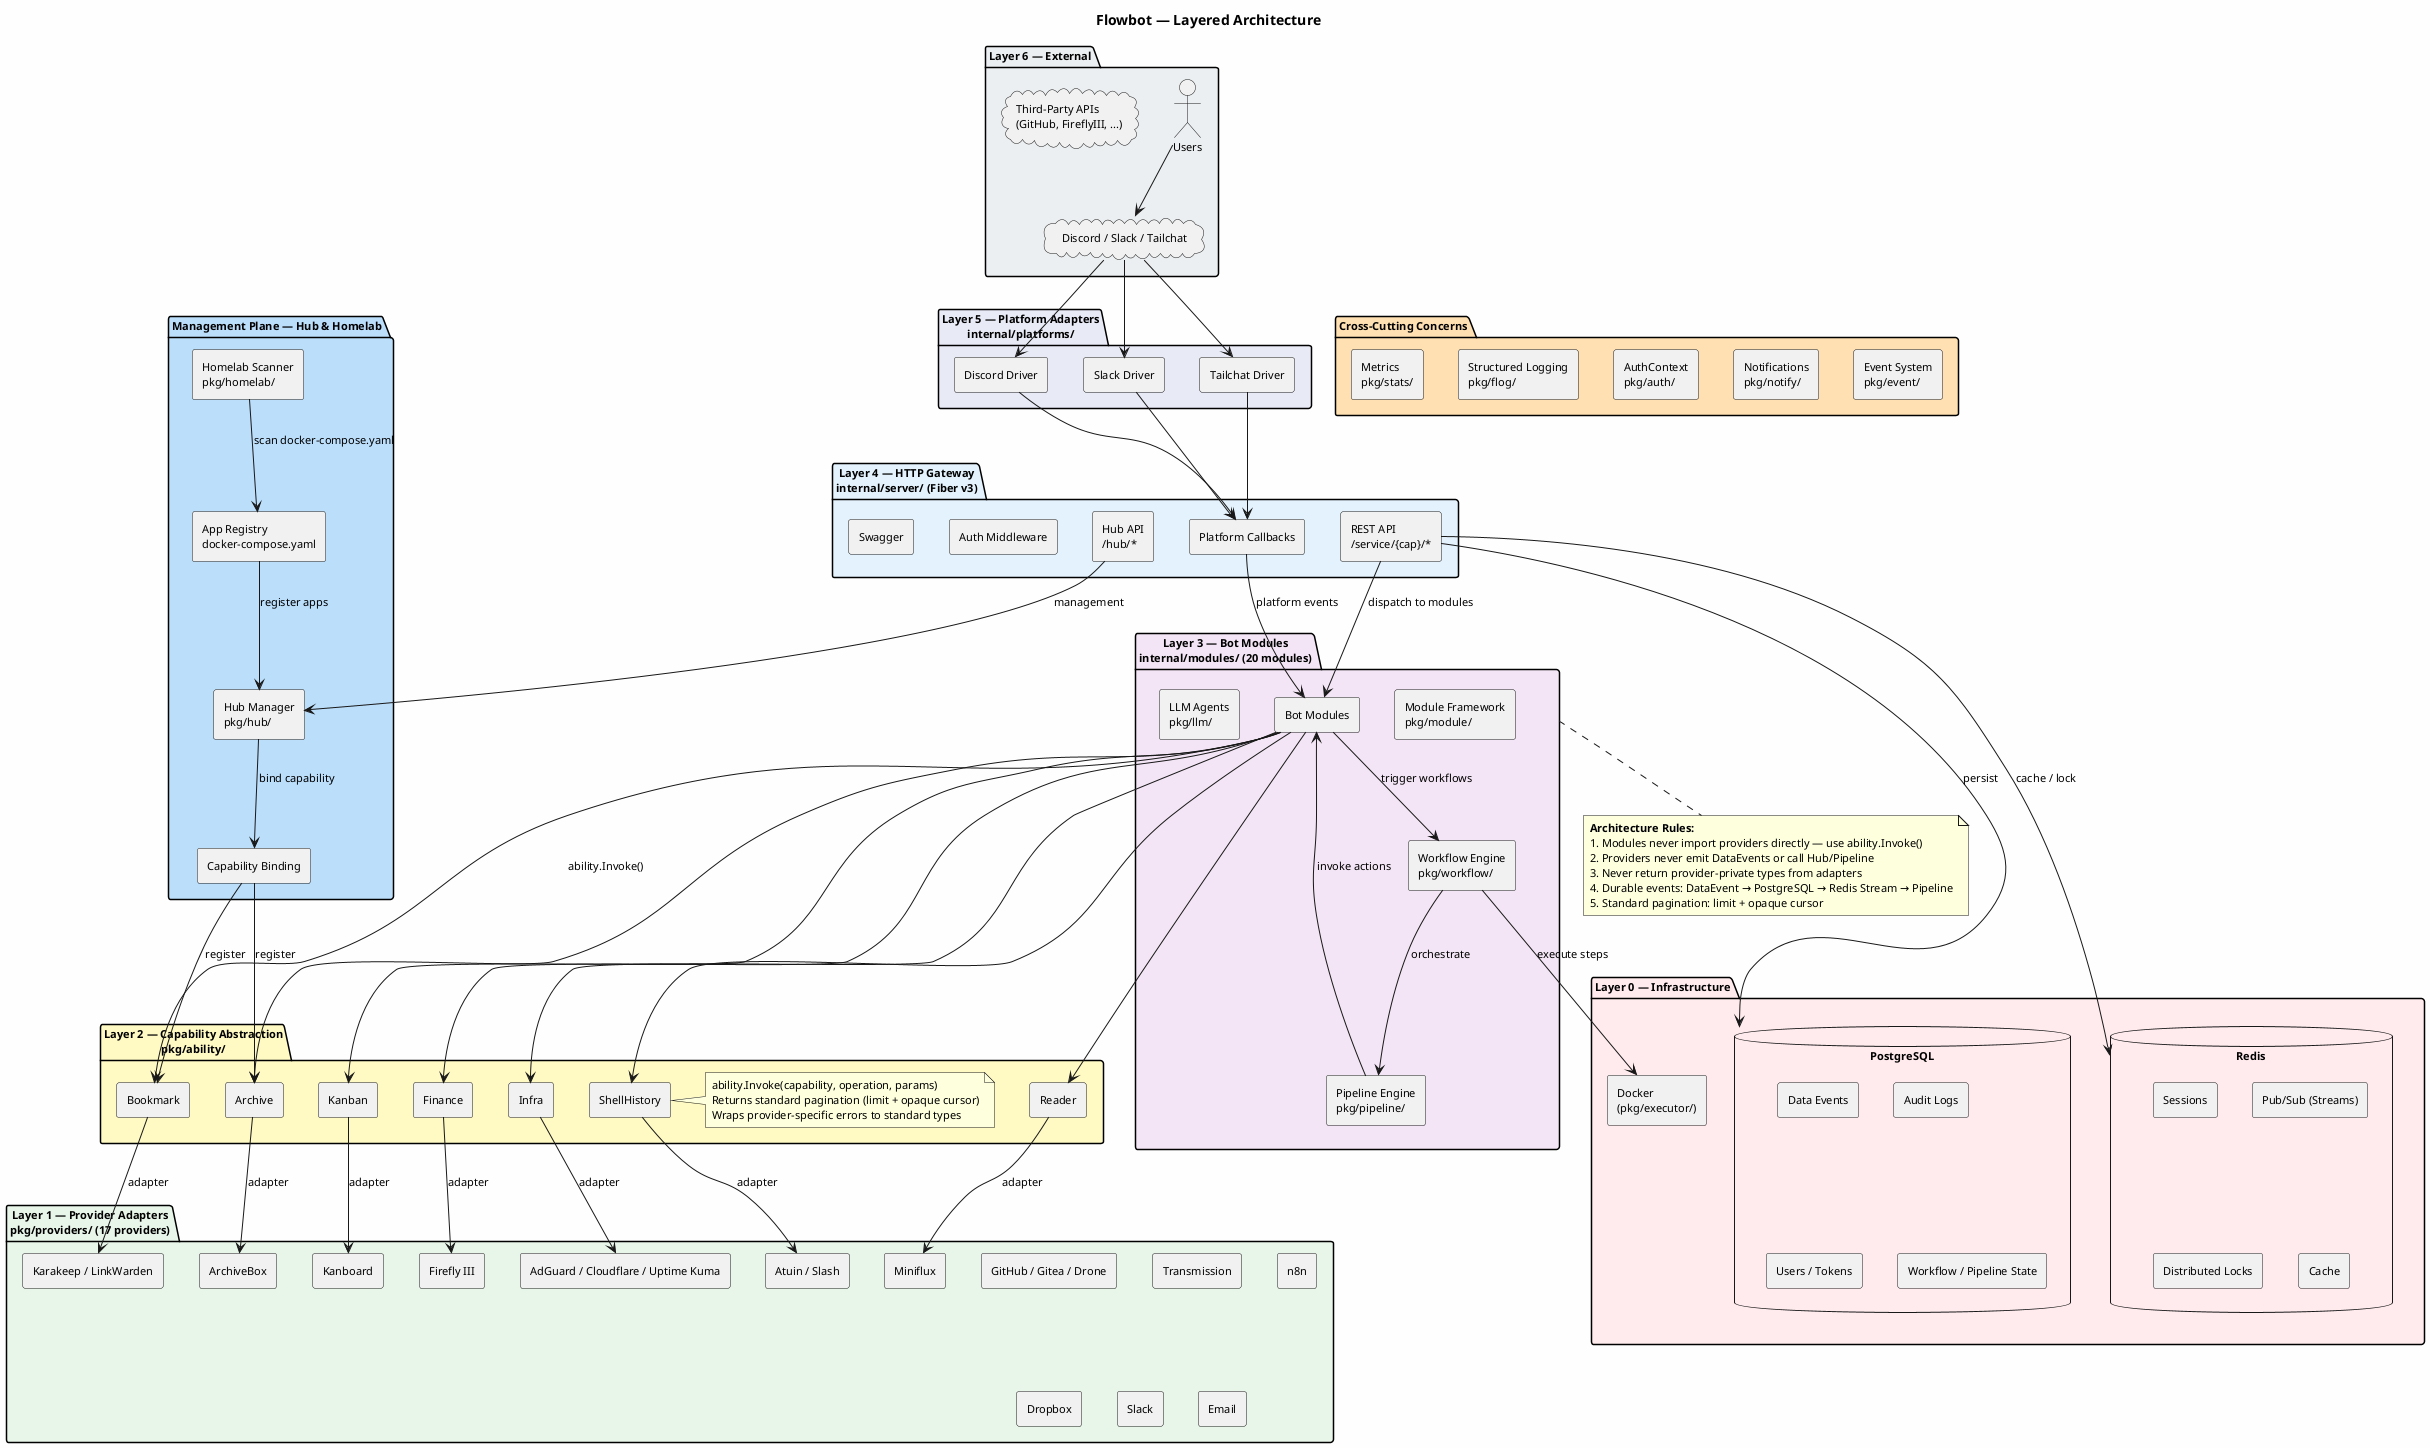
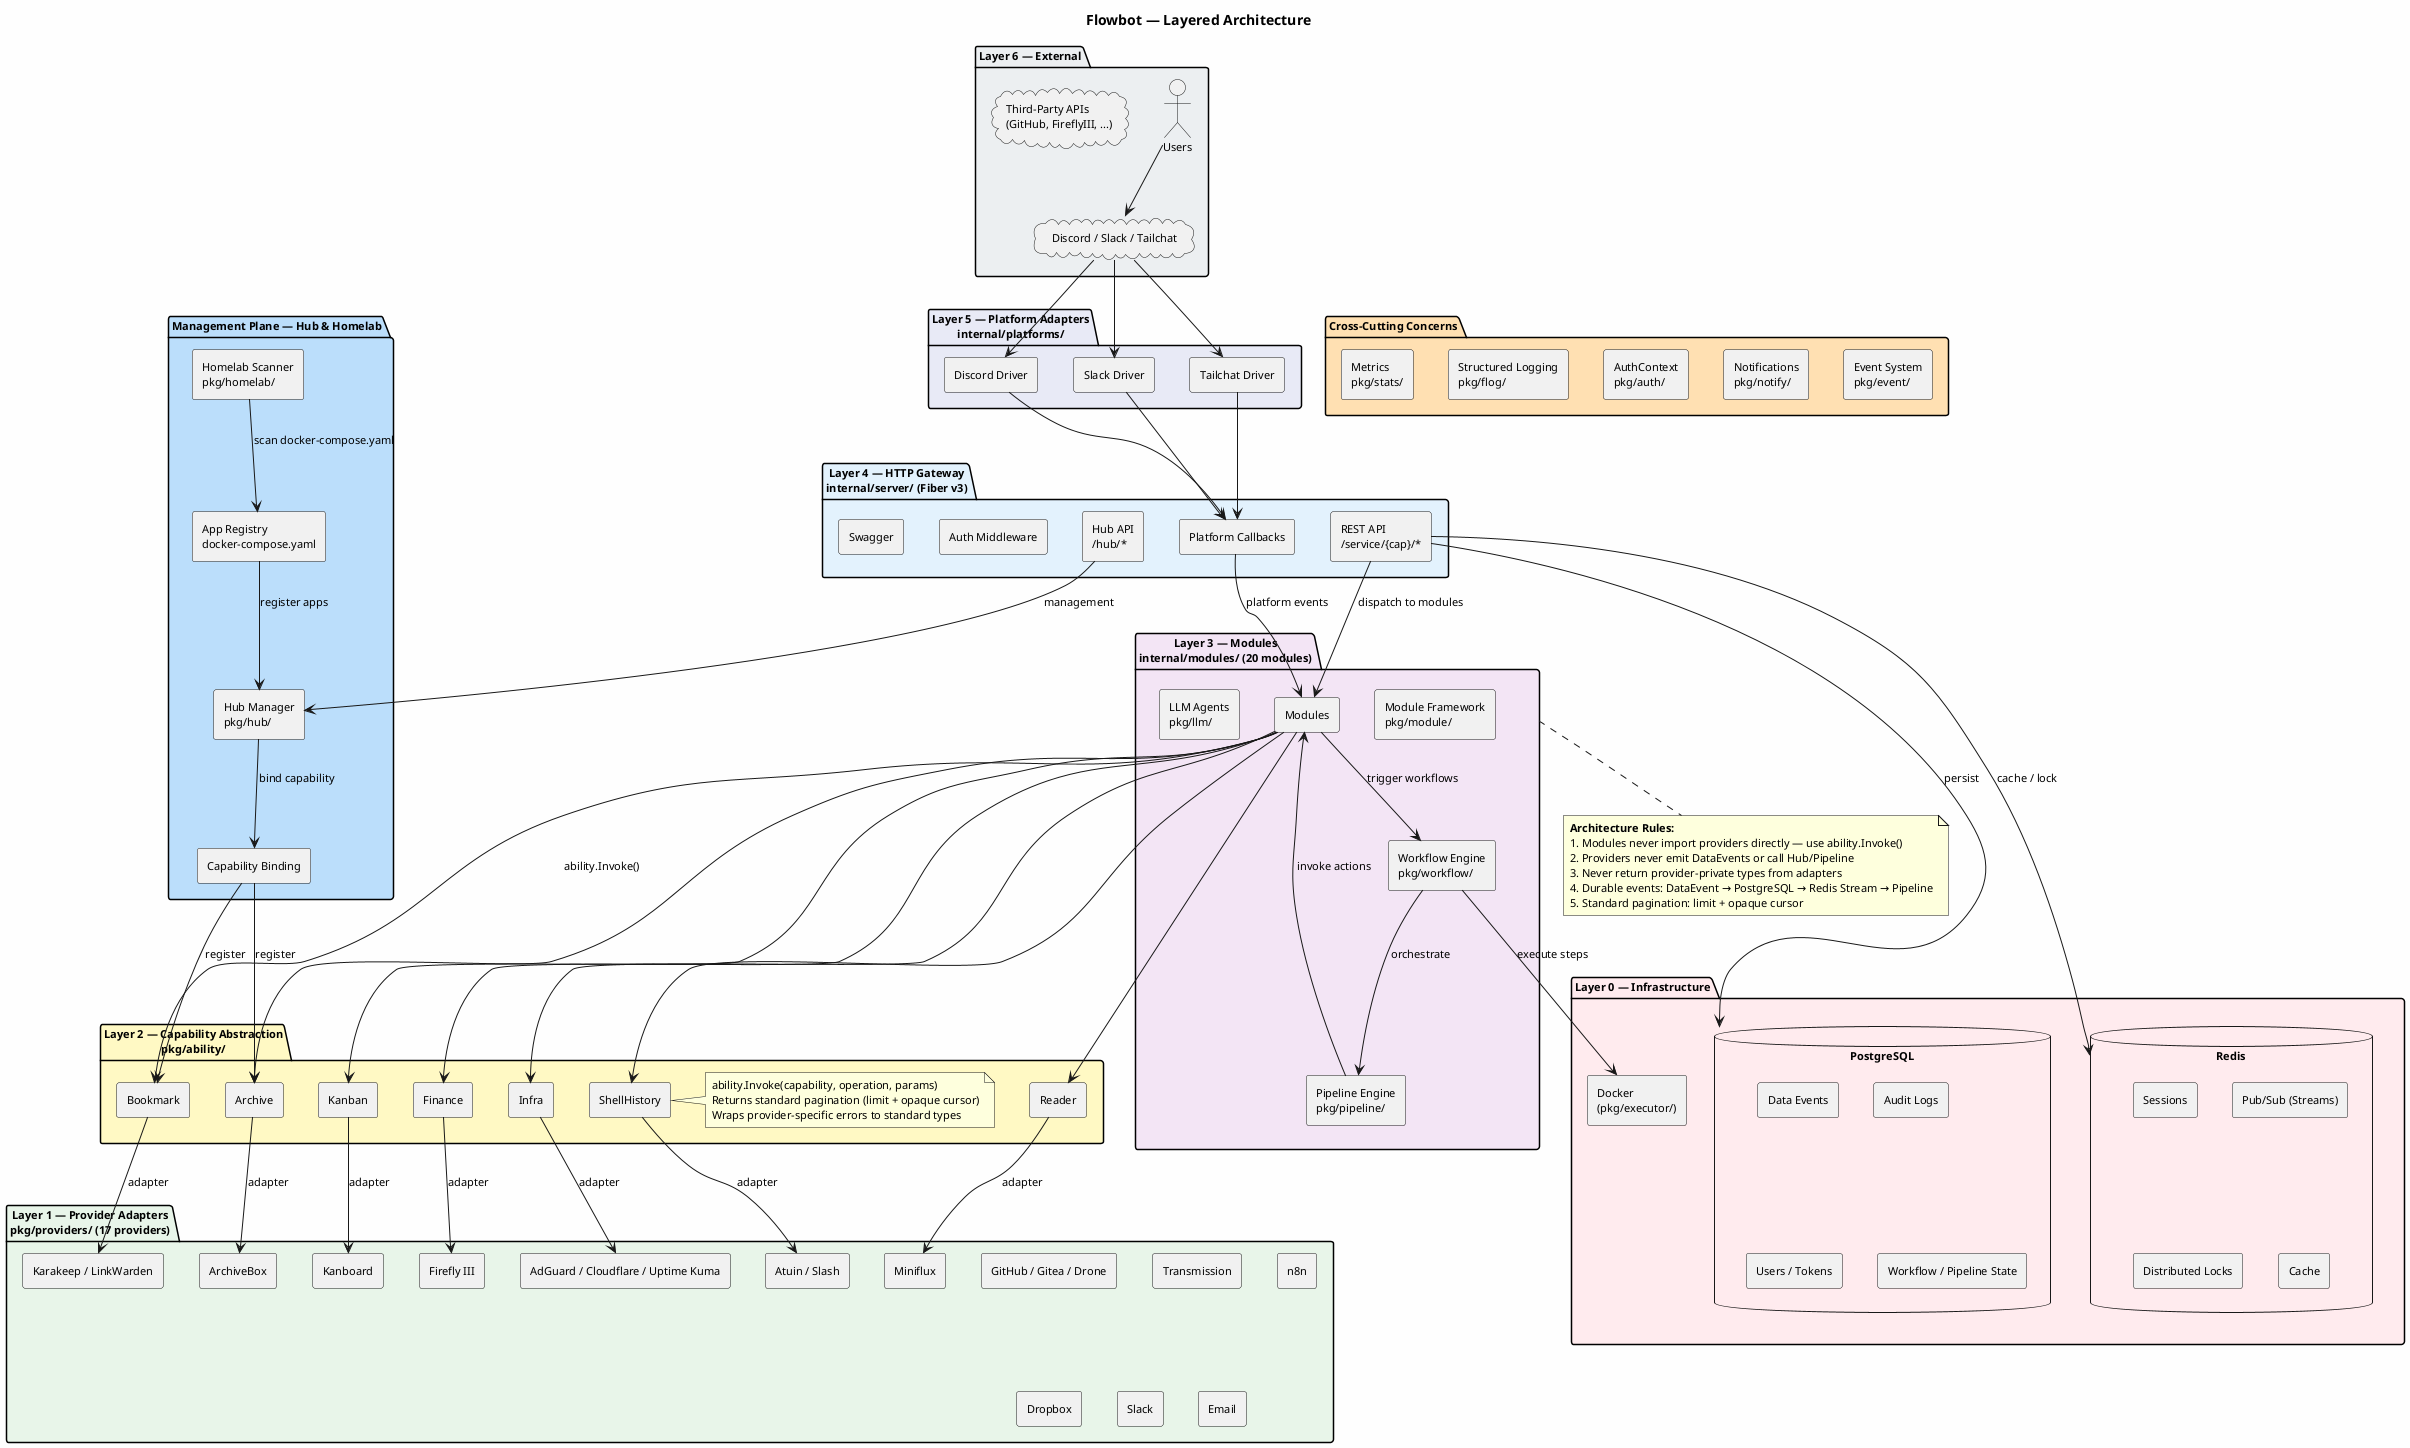
@startuml Layered Architecture
' =============================================================================
' Flowbot Layered Architecture Diagram
' Shows the abstraction layers and their relationships
' =============================================================================

skinparam componentStyle rectangle
skinparam backgroundColor #FEFEFE
skinparam defaultFontSize 11

title Flowbot — Layered Architecture

' =============================================================================
' Layer 6: External
' =============================================================================
package "Layer 6 — External" as L6 #ECEFF1 {
  actor Users
  cloud "Discord / Slack / Tailchat" as Chat
  cloud "Third-Party APIs\n(GitHub, FireflyIII, ...)" as APIs
}

' =============================================================================
' Layer 5: Platform Adapters
' =============================================================================
package "Layer 5 — Platform Adapters\ninternal/platforms/" as L5 #E8EAF6 {
  [Discord Driver] as DiscordDrv
  [Slack Driver] as SlackDrv
  [Tailchat Driver] as TailchatDrv
}

' =============================================================================
' Layer 4: HTTP / API Gateway
' =============================================================================
package "Layer 4 — HTTP Gateway\ninternal/server/ (Fiber v3)" as L4 #E3F2FD {
  [REST API\n/service/{cap}/*] as REST
  [Hub API\n/hub/*] as HubAPI
  [Platform Callbacks] as Callbacks
  [Auth Middleware] as AuthMW
  [Swagger] as Swagger
}

' =============================================================================
' Layer 3: Module / Business Logic
' =============================================================================
- package "Layer 3 — Bot Modules\ninternal/modules/ (20 modules)" as L3 #F3E5F5 {
+ package "Layer 3 — Modules\ninternal/modules/ (20 modules)" as L3 #F3E5F5 {
  [Module Framework\npkg/module/] as ModuleFW
-   [Bot Modules] as BotMods
+   [Modules] as BotMods
  [Workflow Engine\npkg/workflow/] as WF
  [Pipeline Engine\npkg/pipeline/] as Pipeline
  [LLM Agents\npkg/llm/] as LLM
}

' =============================================================================
' Layer 2: Capability Abstraction
' =============================================================================
package "Layer 2 — Capability Abstraction\npkg/ability/" as L2 #FFF9C4 {
  [Bookmark] as BookmarkAb
  [Archive] as ArchiveAb
  [Reader] as ReaderAb
  [Kanban] as KanbanAb
  [Finance] as FinanceAb
  [Infra] as InfraAb
  [ShellHistory] as ShellAb
  note right
    ability.Invoke(capability, operation, params)
    Returns standard pagination (limit + opaque cursor)
    Wraps provider-specific errors to standard types
  end note
}

' =============================================================================
' Layer 1: Provider Adapters
' =============================================================================
package "Layer 1 — Provider Adapters\npkg/providers/ (17 providers)" as L1 #E8F5E9 {
  [GitHub / Gitea / Drone] as DevGroup
  [Karakeep / LinkWarden] as BmGroup
  [ArchiveBox] as ArchGroup
  [Miniflux] as ReaderGroup
  [Kanboard] as KanbanGroup
  [Firefly III] as FinanceGroup
  [AdGuard / Cloudflare / Uptime Kuma] as InfraGroup
  [Transmission] as TorrentGroup
  [n8n] as N8NGroup
  [Dropbox] as DropboxGroup
  [Slack] as SlackGroup
  [Email] as EmailGroup
  [Atuin / Slash] as ShellGroup
}

' =============================================================================
' Layer 0: Infrastructure
' =============================================================================
package "Layer 0 — Infrastructure" as L0 #FFEBEE {
  database "PostgreSQL" as PostgreSQL {
    [Data Events]
    [Audit Logs]
    [Users / Tokens]
    [Workflow / Pipeline State]
  }
  database "Redis" as Redis {
    [Sessions]
    [Pub/Sub (Streams)]
    [Distributed Locks]
    [Cache]
  }
  [Docker\n(pkg/executor/)] as Docker
}

' =============================================================================
' Hub / Homelab (Side Plane)
' =============================================================================
package "Management Plane — Hub & Homelab" as HubPlane #BBDEFB {
  [Homelab Scanner\npkg/homelab/] as Scanner
  [App Registry\ndocker-compose.yaml] as Registry
  [Hub Manager\npkg/hub/] as Hub
  [Capability Binding] as Binding
}

' =============================================================================
' Cross-Cutting
' =============================================================================
package "Cross-Cutting Concerns" as Cross #FFE0B2 {
  [AuthContext\npkg/auth/] as AuthCtx
  [Notifications\npkg/notify/] as Notify
  [Event System\npkg/event/] as EventSys
  [Structured Logging\npkg/flog/] as Flog
  [Metrics\npkg/stats/] as Metrics
}

' =============================================================================
' Connections — Top to Bottom
' =============================================================================
Users --> Chat
Chat --> DiscordDrv
Chat --> SlackDrv
Chat --> TailchatDrv

DiscordDrv --> Callbacks
SlackDrv --> Callbacks
TailchatDrv --> Callbacks

REST --> BotMods : dispatch to modules
HubAPI --> Hub : management
Callbacks --> BotMods : platform events

BotMods --> BookmarkAb : ability.Invoke()
BotMods --> ArchiveAb
BotMods --> ReaderAb
BotMods --> KanbanAb
BotMods --> FinanceAb
BotMods --> InfraAb
BotMods --> ShellAb

BookmarkAb --> BmGroup : adapter
ArchiveAb --> ArchGroup : adapter
ReaderAb --> ReaderGroup : adapter
KanbanAb --> KanbanGroup : adapter
FinanceAb --> FinanceGroup : adapter
InfraAb --> InfraGroup : adapter
ShellAb --> ShellGroup : adapter

BotMods --> WF : trigger workflows
WF --> Pipeline : orchestrate
Pipeline --> BotMods : invoke actions
WF --> Docker : execute steps

REST --> PostgreSQL : persist
REST --> Redis : cache / lock

' =============================================================================
' Hub Plane
' =============================================================================
Scanner --> Registry : scan docker-compose.yaml
Registry --> Hub : register apps
Hub --> Binding : bind capability
Binding --> BookmarkAb : register
Binding --> ArchiveAb : register

' =============================================================================
' Cross-Cutting reaches all layers
' =============================================================================
AuthCtx -[hidden]-> REST
AuthCtx -[hidden]-> BotMods
Notify -[hidden]-> BotMods
EventSys -[hidden]-> BotMods

note bottom of L3
  <b>Architecture Rules:</b>
  1. Modules never import providers directly — use ability.Invoke()
  2. Providers never emit DataEvents or call Hub/Pipeline
  3. Never return provider-private types from adapters
  4. Durable events: DataEvent → PostgreSQL → Redis Stream → Pipeline
  5. Standard pagination: limit + opaque cursor
end note

@enduml
